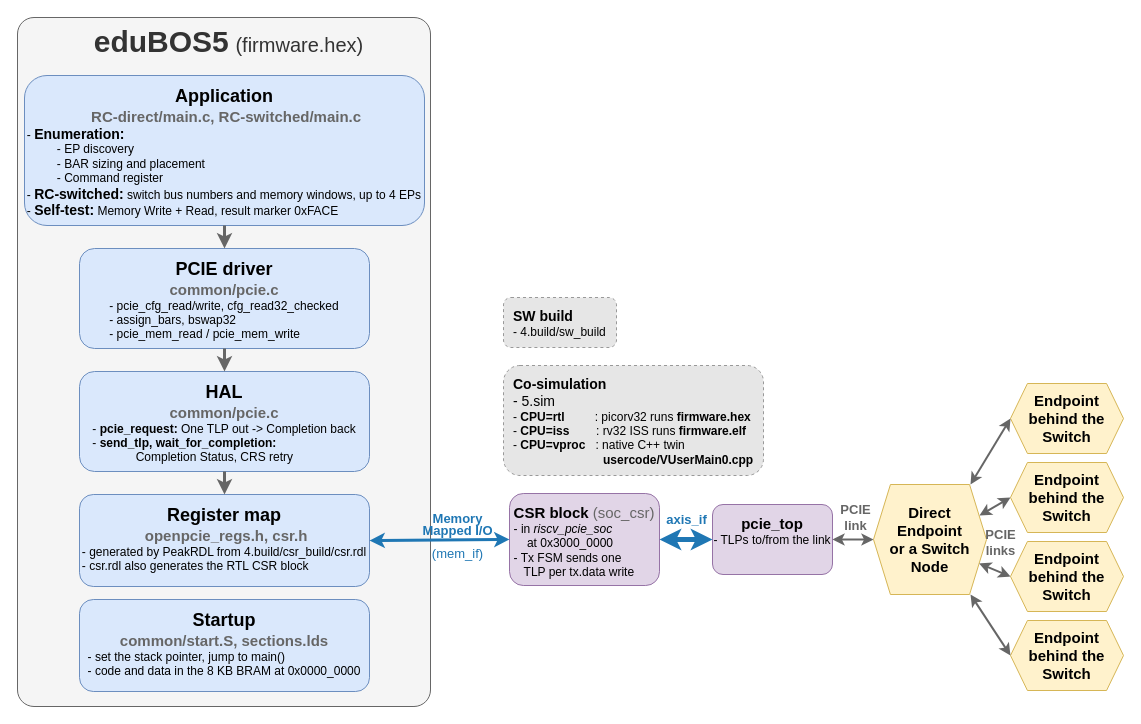
chili-chips-ba/openPCIE keeps this draw.io diagram as 0.doc/3.sw/sw-structure.drawio. Above is the earlier version. Source tidied: cells renumbered, new cells numbered last; positions are measured from the earlier drawing's top-left corner, leaving out a move shared by most shapes. Both pictures are drawn from the tidied source at 100%, with x=0, y=0 at pixel (17, 17).
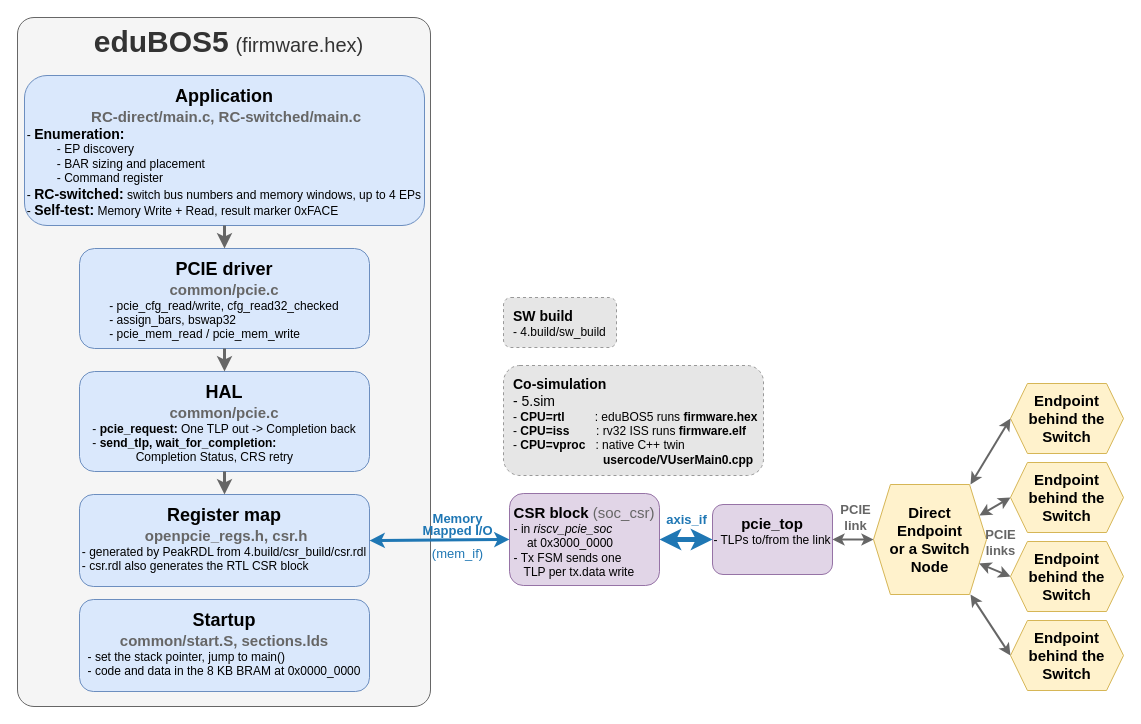
Above is the later version.

Diff of the diagram source:
```diff
@@
-    <mxCell id="17" value="&lt;b&gt;&lt;font style=&quot;font-size: 14px;&quot;&gt;Co-simulation&lt;/font&gt;&lt;/b&gt;&lt;div&gt;&lt;span style=&quot;font-size: 14px;&quot;&gt;- 5.sim&lt;br&gt;&lt;/span&gt;&lt;div style=&quot;text-align: left;&quot;&gt;- &lt;b&gt;CPU=rtl&amp;nbsp; &amp;nbsp; &amp;nbsp; &amp;nbsp; &amp;nbsp;&lt;/b&gt;: picorv32 runs &lt;b&gt;firmware.hex&lt;/b&gt;&lt;br&gt;- &lt;b&gt;CPU=iss&amp;nbsp; &amp;nbsp; &amp;nbsp; &amp;nbsp;&amp;nbsp;&lt;/b&gt;: rv32 ISS runs &lt;b&gt;firmware.elf&lt;/b&gt;&lt;br&gt;- &lt;b&gt;CPU=vproc&amp;nbsp; &amp;nbsp;&lt;/b&gt;: native C++&amp;nbsp;&lt;span style=&quot;background-color: transparent; color: light-dark(rgb(0, 0, 0), rgb(255, 255, 255));&quot;&gt;twin&lt;/span&gt;&lt;/div&gt;&lt;div style=&quot;text-align: left;&quot;&gt;&lt;span style=&quot;background-color: transparent; color: light-dark(rgb(0, 0, 0), rgb(255, 255, 255));&quot;&gt;&amp;nbsp; &amp;nbsp; &amp;nbsp; &amp;nbsp; &amp;nbsp; &amp;nbsp; &amp;nbsp; &amp;nbsp; &amp;nbsp; &amp;nbsp; &amp;nbsp; &amp;nbsp; &amp;nbsp; &amp;nbsp;&lt;b&gt;usercode/VUserMain0.cpp&lt;/b&gt;&lt;/span&gt;&lt;/div&gt;&lt;/div&gt;" style="rounded=1;whiteSpace=wrap;html=1;fillColor=#E6E6E6;strokeColor=#999999;dashed=1;align=left;verticalAlign=top;spacingLeft=8;spacingTop=4;" parent="1" vertex="1">
+    <mxCell id="17" value="&lt;b&gt;&lt;font style=&quot;font-size: 14px;&quot;&gt;Co-simulation&lt;/font&gt;&lt;/b&gt;&lt;div&gt;&lt;span style=&quot;font-size: 14px;&quot;&gt;- 5.sim&lt;br&gt;&lt;/span&gt;&lt;div style=&quot;text-align: left;&quot;&gt;- &lt;b&gt;CPU=rtl&amp;nbsp; &amp;nbsp; &amp;nbsp; &amp;nbsp; &amp;nbsp;&lt;/b&gt;: eduBOS5 runs &lt;b&gt;firmware.hex&lt;/b&gt;&lt;br&gt;- &lt;b&gt;CPU=iss&amp;nbsp; &amp;nbsp; &amp;nbsp; &amp;nbsp;&amp;nbsp;&lt;/b&gt;: rv32 ISS runs &lt;b&gt;firmware.elf&lt;/b&gt;&lt;br&gt;- &lt;b&gt;CPU=vproc&amp;nbsp; &amp;nbsp;&lt;/b&gt;: native C++&amp;nbsp;&lt;span style=&quot;background-color: transparent; color: light-dark(rgb(0, 0, 0), rgb(255, 255, 255));&quot;&gt;twin&lt;/span&gt;&lt;/div&gt;&lt;div style=&quot;text-align: left;&quot;&gt;&lt;span style=&quot;background-color: transparent; color: light-dark(rgb(0, 0, 0), rgb(255, 255, 255));&quot;&gt;&amp;nbsp; &amp;nbsp; &amp;nbsp; &amp;nbsp; &amp;nbsp; &amp;nbsp; &amp;nbsp; &amp;nbsp; &amp;nbsp; &amp;nbsp; &amp;nbsp; &amp;nbsp; &amp;nbsp; &amp;nbsp;&lt;b&gt;usercode/VUserMain0.cpp&lt;/b&gt;&lt;/span&gt;&lt;/div&gt;&lt;/div&gt;" style="rounded=1;whiteSpace=wrap;html=1;fillColor=#E6E6E6;strokeColor=#999999;dashed=1;align=left;verticalAlign=top;spacingLeft=8;spacingTop=4;" parent="1" vertex="1">
       <mxGeometry x="486" y="348" width="260" height="110" as="geometry" />
     </mxCell>
```
